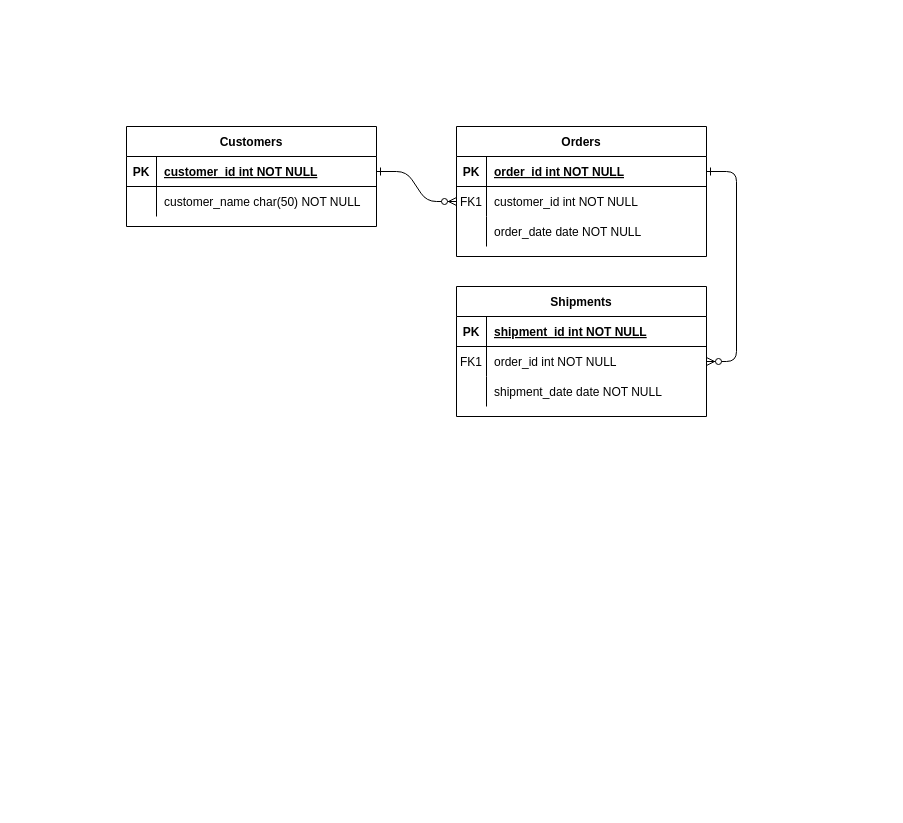
Above: optica.drawio in RaulRuiz1997/it-academy-Sprint02-T03 (draw.io), before the change. Source tidied: cells renumbered, new cells numbered last; positions are measured from the earlier drawing's top-left corner, leaving out a move shared by most shapes. Both pictures are drawn from the tidied source at 100%, with x=0, y=0 at pixel (126, 126).
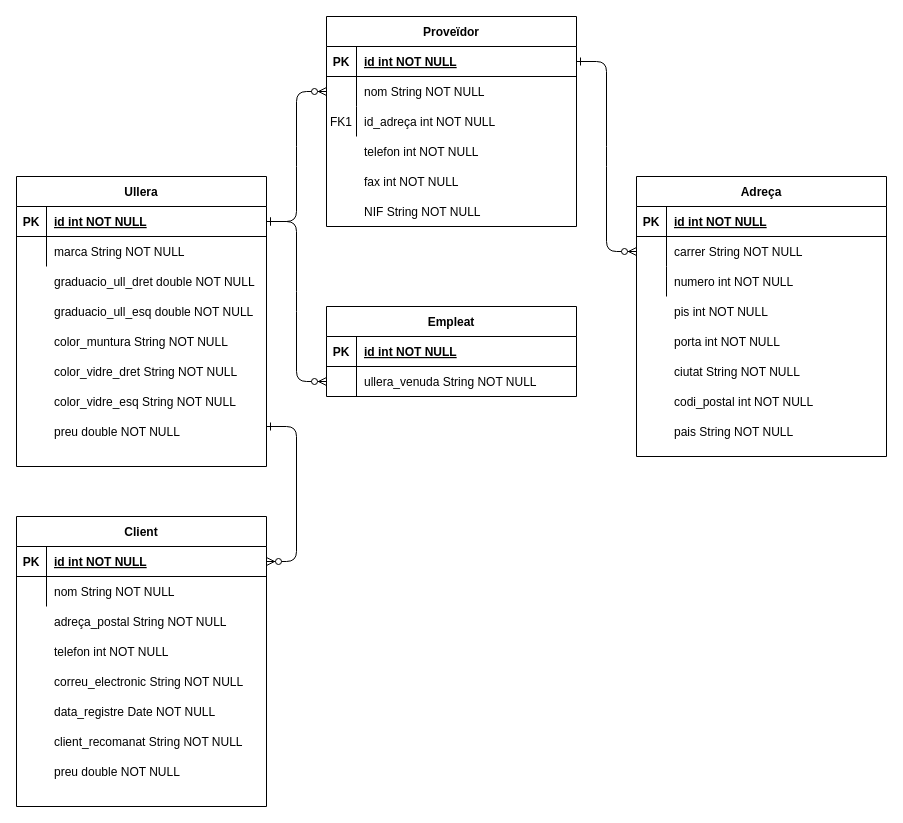
The same diagram, later.

Unchanged cells that the change refers to:
```xml
<mxCell id="5" style="shape=partialRectangle;fillColor=none;points=[[0,0.5],[1,0.5]];portConstraint=eastwest;top=0;left=0;right=0;bottom=1;" parent="4" vertex="1">
  <mxGeometry y="30" width="250" height="30" as="geometry" />
</mxCell>
<mxCell id="8" style="shape=partialRectangle;fillColor=none;points=[[0,0.5],[1,0.5]];portConstraint=eastwest;top=0;left=0;right=0;bottom=0;" parent="4" vertex="1">
  <mxGeometry y="60" width="250" height="30" as="geometry" />
</mxCell>
<mxCell id="11" style="shape=partialRectangle;fillColor=none;top=0;left=0;right=0;bottom=0;" parent="4" vertex="1">
  <mxGeometry y="90" width="250" height="30" as="geometry" />
</mxCell>
<mxCell id="15" style="shape=partialRectangle;fillColor=none;top=0;left=0;right=0;bottom=1;" parent="14" vertex="1">
  <mxGeometry y="30" width="250" height="30" as="geometry" />
</mxCell>
<mxCell id="18" style="shape=partialRectangle;fillColor=none;points=[[0,0.5],[1,0.5]];portConstraint=eastwest;top=0;left=0;right=0;bottom=0;" parent="14" vertex="1">
  <mxGeometry y="60" width="250" height="30" as="geometry" />
</mxCell>
<mxCell id="21" style="shape=partialRectangle;fillColor=none;top=0;left=0;right=0;bottom=0;" parent="14" vertex="1">
  <mxGeometry y="90" width="250" height="30" as="geometry" />
</mxCell>
<mxCell id="25" style="shape=partialRectangle;fillColor=none;points=[[0,0.5],[1,0.5]];portConstraint=eastwest;top=0;left=0;right=0;bottom=1;" parent="24" vertex="1">
  <mxGeometry y="30" width="250" height="30" as="geometry" />
</mxCell>
<mxCell id="28" style="shape=partialRectangle;fillColor=none;top=0;left=0;right=0;bottom=0;" parent="24" vertex="1">
  <mxGeometry y="60" width="250" height="30" as="geometry" />
</mxCell>
```

What changed in the source:
```diff
@@
-    <mxCell id="4" value="Orders" style="shape=table;startSize=30;childLayout=tableLayout;rowLines=0;fontStyle=1;align=center;" parent="1" vertex="1">
-      <mxGeometry x="330" width="250" height="130" as="geometry" />
+    <mxCell id="4" value="Proveïdor" style="shape=table;startSize=30;childLayout=tableLayout;rowLines=0;fontStyle=1;align=center;" parent="1" vertex="1">
+      <mxGeometry x="200" y="-110" width="250" height="210" as="geometry" />
     </mxCell>
@@
-    <mxCell id="7" value="order_id int NOT NULL " style="shape=partialRectangle;overflow=hidden;fillColor=none;top=0;left=0;bottom=0;right=0;align=left;spacingLeft=6;fontStyle=5;" parent="5" vertex="1">
+    <mxCell id="7" value="id int NOT NULL " style="shape=partialRectangle;overflow=hidden;fillColor=none;top=0;left=0;bottom=0;right=0;align=left;spacingLeft=6;fontStyle=5;" parent="5" vertex="1">
       <mxGeometry x="30" width="220" height="30" as="geometry" />
     </mxCell>
@@
-    <mxCell id="9" value="FK1" style="shape=partialRectangle;overflow=hidden;fillColor=none;top=0;left=0;bottom=0;right=0;" parent="8" vertex="1">
+    <mxCell id="9" style="shape=partialRectangle;overflow=hidden;fillColor=none;top=0;left=0;bottom=0;right=0;" parent="8" vertex="1">
       <mxGeometry width="30" height="30" as="geometry" />
     </mxCell>
-    <mxCell id="10" value="customer_id int NOT NULL" style="shape=partialRectangle;overflow=hidden;fillColor=none;top=0;left=0;bottom=0;right=0;align=left;spacingLeft=6;" parent="8" vertex="1">
+    <mxCell id="10" value="nom String NOT NULL" style="shape=partialRectangle;overflow=hidden;fillColor=none;top=0;left=0;bottom=0;right=0;align=left;spacingLeft=6;" parent="8" vertex="1">
       <mxGeometry x="30" width="220" height="30" as="geometry" />
     </mxCell>
@@
-    <mxCell id="12" style="shape=partialRectangle;overflow=hidden;fillColor=none;top=0;left=0;bottom=0;right=0;" parent="11" vertex="1">
+    <mxCell id="12" value="FK1" style="shape=partialRectangle;overflow=hidden;fillColor=none;top=0;left=0;bottom=0;right=0;" parent="11" vertex="1">
       <mxGeometry width="30" height="30" as="geometry" />
     </mxCell>
-    <mxCell id="13" value="order_date date NOT NULL" style="shape=partialRectangle;overflow=hidden;fillColor=none;top=0;left=0;bottom=0;right=0;align=left;spacingLeft=6;" parent="11" vertex="1">
+    <mxCell id="13" value="id_adreça int NOT NULL" style="shape=partialRectangle;overflow=hidden;fillColor=none;top=0;left=0;bottom=0;right=0;align=left;spacingLeft=6;" parent="11" vertex="1">
       <mxGeometry x="30" width="220" height="30" as="geometry" />
     </mxCell>
-    <mxCell id="14" value="Shipments" style="shape=table;startSize=30;childLayout=tableLayout;rowLines=0;fontStyle=1;align=center;" parent="1" vertex="1">
-      <mxGeometry x="330" y="160" width="250" height="130" as="geometry" />
+    <mxCell id="14" value="Adreça" style="shape=table;startSize=30;childLayout=tableLayout;rowLines=0;fontStyle=1;align=center;" parent="1" vertex="1">
+      <mxGeometry x="510" y="50" width="250" height="280" as="geometry" />
     </mxCell>
@@
-    <mxCell id="17" value="shipment_id int NOT NULL " style="shape=partialRectangle;overflow=hidden;fillColor=none;top=0;left=0;bottom=0;right=0;align=left;spacingLeft=6;fontStyle=5;" parent="15" vertex="1">
+    <mxCell id="17" value="id int NOT NULL " style="shape=partialRectangle;overflow=hidden;fillColor=none;top=0;left=0;bottom=0;right=0;align=left;spacingLeft=6;fontStyle=5;" parent="15" vertex="1">
       <mxGeometry x="30" width="220" height="30" as="geometry" />
     </mxCell>
@@
-    <mxCell id="19" value="FK1" style="shape=partialRectangle;overflow=hidden;fillColor=none;top=0;left=0;bottom=0;right=0;" parent="18" vertex="1">
+    <mxCell id="19" style="shape=partialRectangle;overflow=hidden;fillColor=none;top=0;left=0;bottom=0;right=0;" parent="18" vertex="1">
       <mxGeometry width="30" height="30" as="geometry" />
     </mxCell>
-    <mxCell id="20" value="order_id int NOT NULL" style="shape=partialRectangle;overflow=hidden;fillColor=none;top=0;left=0;bottom=0;right=0;align=left;spacingLeft=6;" parent="18" vertex="1">
+    <mxCell id="20" value="carrer String NOT NULL" style="shape=partialRectangle;overflow=hidden;fillColor=none;top=0;left=0;bottom=0;right=0;align=left;spacingLeft=6;" parent="18" vertex="1">
       <mxGeometry x="30" width="220" height="30" as="geometry" />
     </mxCell>
@@
-    <mxCell id="23" value="shipment_date date NOT NULL" style="shape=partialRectangle;overflow=hidden;fillColor=none;top=0;left=0;bottom=0;right=0;align=left;spacingLeft=6;" parent="21" vertex="1">
+    <mxCell id="23" value="numero int NOT NULL" style="shape=partialRectangle;overflow=hidden;fillColor=none;top=0;left=0;bottom=0;right=0;align=left;spacingLeft=6;" parent="21" vertex="1">
       <mxGeometry x="30" width="220" height="30" as="geometry" />
     </mxCell>
-    <mxCell id="24" value="Customers" style="shape=table;startSize=30;childLayout=tableLayout;rowLines=0;fontStyle=1;align=center;" parent="1" vertex="1">
-      <mxGeometry width="250" height="100" as="geometry" />
+    <mxCell id="24" value="Ullera" style="shape=table;startSize=30;childLayout=tableLayout;rowLines=0;fontStyle=1;align=center;" parent="1" vertex="1">
+      <mxGeometry x="-110" y="50" width="250" height="290" as="geometry" />
     </mxCell>
@@
-    <mxCell id="27" value="customer_id int NOT NULL " style="shape=partialRectangle;overflow=hidden;fillColor=none;top=0;left=0;bottom=0;right=0;align=left;spacingLeft=6;fontStyle=5;" parent="25" vertex="1">
+    <mxCell id="27" value="id int NOT NULL " style="shape=partialRectangle;overflow=hidden;fillColor=none;top=0;left=0;bottom=0;right=0;align=left;spacingLeft=6;fontStyle=5;" parent="25" vertex="1">
       <mxGeometry x="30" width="220" height="30" as="geometry" />
     </mxCell>
@@
-    <mxCell id="30" value="customer_name char(50) NOT NULL" style="shape=partialRectangle;overflow=hidden;fillColor=none;top=0;left=0;bottom=0;right=0;align=left;spacingLeft=6;" parent="28" vertex="1">
+    <mxCell id="30" value="marca String NOT NULL" style="shape=partialRectangle;overflow=hidden;fillColor=none;top=0;left=0;bottom=0;right=0;align=left;spacingLeft=6;" parent="28" vertex="1">
       <mxGeometry x="30" width="220" height="30" as="geometry" />
     </mxCell>
+    <mxCell id="31" value="telefon int NOT NULL" style="shape=partialRectangle;overflow=hidden;fillColor=none;top=0;left=0;bottom=0;right=0;align=left;spacingLeft=6;" parent="1" vertex="1">
+      <mxGeometry x="230" y="10" width="220" height="30" as="geometry" />
+    </mxCell>
+    <mxCell id="32" value="fax int NOT NULL" style="shape=partialRectangle;overflow=hidden;fillColor=none;top=0;left=0;bottom=0;right=0;align=left;spacingLeft=6;" parent="1" vertex="1">
+      <mxGeometry x="230" y="40" width="220" height="30" as="geometry" />
+    </mxCell>
+    <mxCell id="33" value="NIF String NOT NULL" style="shape=partialRectangle;overflow=hidden;fillColor=none;top=0;left=0;bottom=0;right=0;align=left;spacingLeft=6;" parent="1" vertex="1">
+      <mxGeometry x="230" y="70" width="220" height="30" as="geometry" />
+    </mxCell>
+    <mxCell id="34" value="pis int NOT NULL" style="shape=partialRectangle;overflow=hidden;fillColor=none;top=0;left=0;bottom=0;right=0;align=left;spacingLeft=6;" parent="1" vertex="1">
+      <mxGeometry x="540" y="170" width="220" height="30" as="geometry" />
+    </mxCell>
+    <mxCell id="35" value="porta int NOT NULL" style="shape=partialRectangle;overflow=hidden;fillColor=none;top=0;left=0;bottom=0;right=0;align=left;spacingLeft=6;" parent="1" vertex="1">
+      <mxGeometry x="540" y="200" width="220" height="30" as="geometry" />
+    </mxCell>
+    <mxCell id="36" value="ciutat String NOT NULL" style="shape=partialRectangle;overflow=hidden;fillColor=none;top=0;left=0;bottom=0;right=0;align=left;spacingLeft=6;" parent="1" vertex="1">
+      <mxGeometry x="540" y="230" width="220" height="30" as="geometry" />
+    </mxCell>
+    <mxCell id="37" value="codi_postal int NOT NULL" style="shape=partialRectangle;overflow=hidden;fillColor=none;top=0;left=0;bottom=0;right=0;align=left;spacingLeft=6;" parent="1" vertex="1">
+      <mxGeometry x="540" y="260" width="220" height="30" as="geometry" />
+    </mxCell>
+    <mxCell id="38" value="pais String NOT NULL" style="shape=partialRectangle;overflow=hidden;fillColor=none;top=0;left=0;bottom=0;right=0;align=left;spacingLeft=6;" parent="1" vertex="1">
+      <mxGeometry x="540" y="290" width="220" height="30" as="geometry" />
+    </mxCell>
+    <mxCell id="39" value="graduacio_ull_dret double NOT NULL" style="shape=partialRectangle;overflow=hidden;fillColor=none;top=0;left=0;bottom=0;right=0;align=left;spacingLeft=6;" parent="1" vertex="1">
+      <mxGeometry x="-80" y="140" width="220" height="30" as="geometry" />
+    </mxCell>
+    <mxCell id="40" value="graduacio_ull_esq double NOT NULL" style="shape=partialRectangle;overflow=hidden;fillColor=none;top=0;left=0;bottom=0;right=0;align=left;spacingLeft=6;" parent="1" vertex="1">
+      <mxGeometry x="-80" y="170" width="220" height="30" as="geometry" />
+    </mxCell>
+    <mxCell id="41" value="color_muntura String NOT NULL" style="shape=partialRectangle;overflow=hidden;fillColor=none;top=0;left=0;bottom=0;right=0;align=left;spacingLeft=6;" parent="1" vertex="1">
+      <mxGeometry x="-80" y="200" width="220" height="30" as="geometry" />
+    </mxCell>
+    <mxCell id="42" value="color_vidre_dret String NOT NULL" style="shape=partialRectangle;overflow=hidden;fillColor=none;top=0;left=0;bottom=0;right=0;align=left;spacingLeft=6;" parent="1" vertex="1">
+      <mxGeometry x="-80" y="230" width="220" height="30" as="geometry" />
+    </mxCell>
+    <mxCell id="43" value="color_vidre_esq String NOT NULL" style="shape=partialRectangle;overflow=hidden;fillColor=none;top=0;left=0;bottom=0;right=0;align=left;spacingLeft=6;" parent="1" vertex="1">
+      <mxGeometry x="-80" y="260" width="220" height="30" as="geometry" />
+    </mxCell>
+    <mxCell id="44" value="preu double NOT NULL" style="shape=partialRectangle;overflow=hidden;fillColor=none;top=0;left=0;bottom=0;right=0;align=left;spacingLeft=6;" parent="1" vertex="1">
+      <mxGeometry x="-80" y="290" width="220" height="30" as="geometry" />
+    </mxCell>
+    <mxCell id="45" value="Client" style="shape=table;startSize=30;childLayout=tableLayout;rowLines=0;fontStyle=1;align=center;" parent="1" vertex="1">
+      <mxGeometry x="-110" y="390" width="250" height="290" as="geometry" />
+    </mxCell>
+    <mxCell id="46" style="shape=partialRectangle;fillColor=none;points=[[0,0.5],[1,0.5]];portConstraint=eastwest;top=0;left=0;right=0;bottom=1;" parent="45" vertex="1">
+      <mxGeometry y="30" width="250" height="30" as="geometry" />
+    </mxCell>
+    <mxCell id="47" value="PK" style="shape=partialRectangle;overflow=hidden;fillColor=none;top=0;left=0;bottom=0;right=0;fontStyle=1;" parent="46" vertex="1">
+      <mxGeometry width="30" height="30" as="geometry" />
+    </mxCell>
+    <mxCell id="48" value="id int NOT NULL " style="shape=partialRectangle;overflow=hidden;fillColor=none;top=0;left=0;bottom=0;right=0;align=left;spacingLeft=6;fontStyle=5;" parent="46" vertex="1">
+      <mxGeometry x="30" width="220" height="30" as="geometry" />
+    </mxCell>
+    <mxCell id="49" style="shape=partialRectangle;fillColor=none;top=0;left=0;right=0;bottom=0;" parent="45" vertex="1">
+      <mxGeometry y="60" width="250" height="30" as="geometry" />
+    </mxCell>
+    <mxCell id="50" style="shape=partialRectangle;overflow=hidden;fillColor=none;top=0;left=0;bottom=0;right=0;" parent="49" vertex="1">
+      <mxGeometry width="30" height="30" as="geometry" />
+    </mxCell>
+    <mxCell id="51" value="nom String NOT NULL" style="shape=partialRectangle;overflow=hidden;fillColor=none;top=0;left=0;bottom=0;right=0;align=left;spacingLeft=6;" parent="49" vertex="1">
+      <mxGeometry x="30" width="220" height="30" as="geometry" />
+    </mxCell>
+    <mxCell id="52" value="adreça_postal String NOT NULL" style="shape=partialRectangle;overflow=hidden;fillColor=none;top=0;left=0;bottom=0;right=0;align=left;spacingLeft=6;" parent="1" vertex="1">
+      <mxGeometry x="-80" y="480" width="220" height="30" as="geometry" />
+    </mxCell>
+    <mxCell id="53" value="telefon int NOT NULL" style="shape=partialRectangle;overflow=hidden;fillColor=none;top=0;left=0;bottom=0;right=0;align=left;spacingLeft=6;" parent="1" vertex="1">
+      <mxGeometry x="-80" y="510" width="220" height="30" as="geometry" />
+    </mxCell>
+    <mxCell id="54" value="correu_electronic String NOT NULL" style="shape=partialRectangle;overflow=hidden;fillColor=none;top=0;left=0;bottom=0;right=0;align=left;spacingLeft=6;" parent="1" vertex="1">
+      <mxGeometry x="-80" y="540" width="220" height="30" as="geometry" />
+    </mxCell>
+    <mxCell id="55" value="data_registre Date NOT NULL" style="shape=partialRectangle;overflow=hidden;fillColor=none;top=0;left=0;bottom=0;right=0;align=left;spacingLeft=6;" parent="1" vertex="1">
+      <mxGeometry x="-80" y="570" width="220" height="30" as="geometry" />
+    </mxCell>
+    <mxCell id="56" value="client_recomanat String NOT NULL" style="shape=partialRectangle;overflow=hidden;fillColor=none;top=0;left=0;bottom=0;right=0;align=left;spacingLeft=6;" parent="1" vertex="1">
+      <mxGeometry x="-80" y="600" width="220" height="30" as="geometry" />
+    </mxCell>
+    <mxCell id="57" value="preu double NOT NULL" style="shape=partialRectangle;overflow=hidden;fillColor=none;top=0;left=0;bottom=0;right=0;align=left;spacingLeft=6;" parent="1" vertex="1">
+      <mxGeometry x="-80" y="630" width="220" height="30" as="geometry" />
+    </mxCell>
+    <mxCell id="58" value="Empleat" style="shape=table;startSize=30;childLayout=tableLayout;rowLines=0;fontStyle=1;align=center;" parent="1" vertex="1">
+      <mxGeometry x="200" y="180" width="250" height="90" as="geometry" />
+    </mxCell>
+    <mxCell id="59" style="shape=partialRectangle;fillColor=none;top=0;left=0;right=0;bottom=1;" parent="58" vertex="1">
+      <mxGeometry y="30" width="250" height="30" as="geometry" />
+    </mxCell>
+    <mxCell id="60" value="PK" style="shape=partialRectangle;overflow=hidden;fillColor=none;top=0;left=0;bottom=0;right=0;fontStyle=1;" parent="59" vertex="1">
+      <mxGeometry width="30" height="30" as="geometry" />
+    </mxCell>
+    <mxCell id="61" value="id int NOT NULL " style="shape=partialRectangle;overflow=hidden;fillColor=none;top=0;left=0;bottom=0;right=0;align=left;spacingLeft=6;fontStyle=5;" parent="59" vertex="1">
+      <mxGeometry x="30" width="220" height="30" as="geometry" />
+    </mxCell>
+    <mxCell id="62" style="shape=partialRectangle;fillColor=none;points=[[0,0.5],[1,0.5]];portConstraint=eastwest;top=0;left=0;right=0;bottom=0;" parent="58" vertex="1">
+      <mxGeometry y="60" width="250" height="30" as="geometry" />
+    </mxCell>
+    <mxCell id="63" style="shape=partialRectangle;overflow=hidden;fillColor=none;top=0;left=0;bottom=0;right=0;" parent="62" vertex="1">
+      <mxGeometry width="30" height="30" as="geometry" />
+    </mxCell>
+    <mxCell id="64" value="ullera_venuda String NOT NULL" style="shape=partialRectangle;overflow=hidden;fillColor=none;top=0;left=0;bottom=0;right=0;align=left;spacingLeft=6;" parent="62" vertex="1">
+      <mxGeometry x="30" width="220" height="30" as="geometry" />
+    </mxCell>
+    <mxCell id="65" style="edgeStyle=entityRelationEdgeStyle;endArrow=ERzeroToMany;startArrow=ERone;endFill=1;startFill=0;exitX=1;exitY=0.5;exitDx=0;exitDy=0;entryX=0;entryY=0.5;entryDx=0;entryDy=0;" parent="1" edge="1" source="25" target="62">
+      <mxGeometry relative="1" as="geometry" />
+    </mxCell>
+    <mxCell id="66" style="edgeStyle=entityRelationEdgeStyle;endArrow=ERzeroToMany;startArrow=ERone;endFill=1;startFill=0;entryX=1;entryY=0.5;entryDx=0;entryDy=0;" parent="1" edge="1" target="46">
+      <mxGeometry relative="1" as="geometry">
+        <mxPoint x="140" y="300" as="sourcePoint" />
+      </mxGeometry>
+    </mxCell>
```
